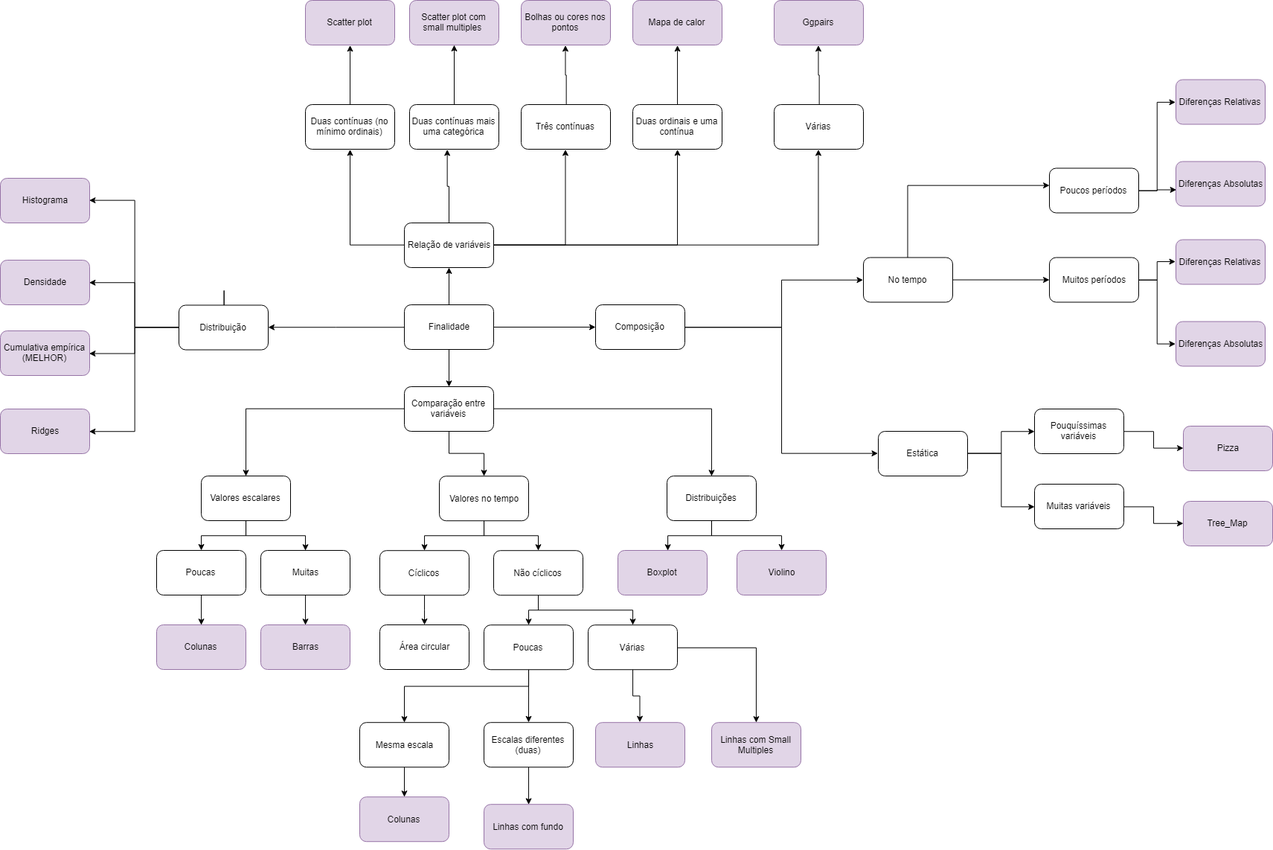
Earlier version of the draw.io export diagramas/graficos.png (crotman/CursoR). Source tidied: cells renumbered, new cells last; positions are measured from the earlier drawing's top-left corner, leaving out a move shared by most shapes.
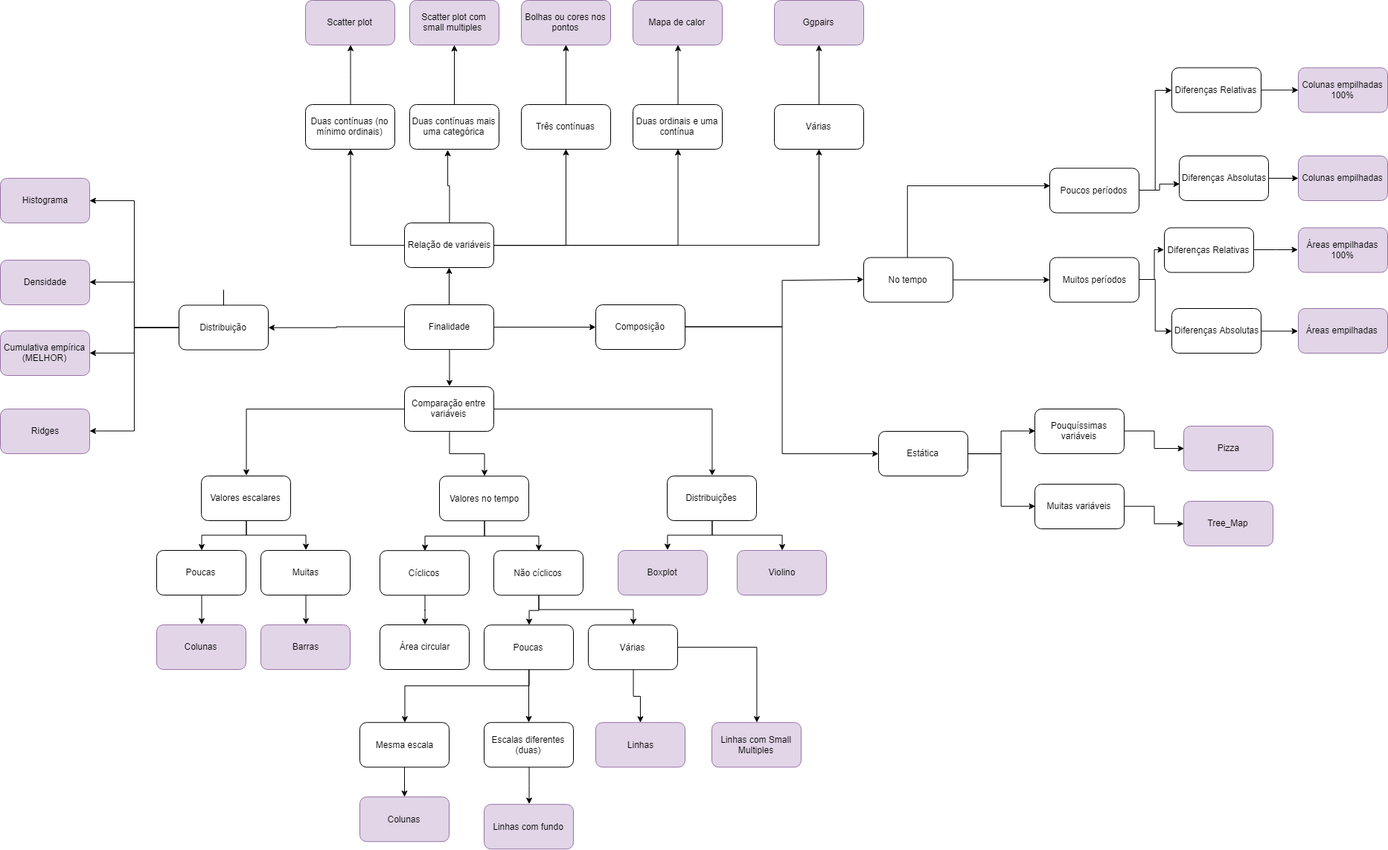
Later version of the same file.

The edit, as a diff of the source:
```diff
@@ -250,17 +250,29 @@
     <mxCell id="76" value="Muitos períodos" style="rounded=1;whiteSpace=wrap;html=1;" parent="1" vertex="1">
       <mxGeometry x="1410" y="345.5" width="120" height="60" as="geometry" />
     </mxCell>
+    <mxCell id="104" style="edgeStyle=orthogonalEdgeStyle;rounded=0;jettySize=auto;html=1;" parent="1" edge="1" source="77" target="108">
+      <mxGeometry relative="1" as="geometry" />
+    </mxCell>
-    <mxCell id="77" value="Diferenças Relativas" style="rounded=1;whiteSpace=wrap;html=1;fillColor=#e1d5e7;strokeColor=#9673a6;" parent="1" vertex="1">
-      <mxGeometry x="1580" y="106.5" width="120" height="60" as="geometry" />
+    <mxCell id="77" value="Diferenças Relativas" style="rounded=1;whiteSpace=wrap;html=1;" parent="1" vertex="1">
+      <mxGeometry x="1590" y="106.5" width="120" height="60" as="geometry" />
     </mxCell>
+    <mxCell id="105" style="edgeStyle=orthogonalEdgeStyle;rounded=0;jettySize=auto;html=1;" parent="1" edge="1" source="78" target="109">
+      <mxGeometry relative="1" as="geometry" />
+    </mxCell>
-    <mxCell id="78" value="Diferenças Absolutas" style="rounded=1;whiteSpace=wrap;html=1;fillColor=#e1d5e7;strokeColor=#9673a6;" parent="1" vertex="1">
-      <mxGeometry x="1580" y="216.5" width="120" height="60" as="geometry" />
+    <mxCell id="78" value="Diferenças Absolutas" style="rounded=1;whiteSpace=wrap;html=1;" parent="1" vertex="1">
+      <mxGeometry x="1600" y="225" width="120" height="60" as="geometry" />
     </mxCell>
+    <mxCell id="106" style="edgeStyle=orthogonalEdgeStyle;rounded=0;jettySize=auto;html=1;entryX=0;entryY=0.5;entryDx=0;entryDy=0;" parent="1" edge="1" source="79" target="110">
+      <mxGeometry relative="1" as="geometry" />
+    </mxCell>
-    <mxCell id="79" value="Diferenças Relativas" style="rounded=1;whiteSpace=wrap;html=1;fillColor=#e1d5e7;strokeColor=#9673a6;" parent="1" vertex="1">
+    <mxCell id="79" value="Diferenças Relativas" style="rounded=1;whiteSpace=wrap;html=1;" parent="1" vertex="1">
       <mxGeometry x="1580" y="321.5" width="120" height="60" as="geometry" />
     </mxCell>
+    <mxCell id="107" style="edgeStyle=orthogonalEdgeStyle;rounded=0;jettySize=auto;html=1;entryX=0;entryY=0.5;entryDx=0;entryDy=0;" parent="1" edge="1" source="80" target="111">
+      <mxGeometry relative="1" as="geometry" />
+    </mxCell>
-    <mxCell id="80" value="Diferenças Absolutas" style="rounded=1;whiteSpace=wrap;html=1;fillColor=#e1d5e7;strokeColor=#9673a6;" parent="1" vertex="1">
-      <mxGeometry x="1580" y="431.5" width="120" height="60" as="geometry" />
+    <mxCell id="80" value="Diferenças Absolutas" style="rounded=1;whiteSpace=wrap;html=1;" parent="1" vertex="1">
+      <mxGeometry x="1590" y="430" width="120" height="60" as="geometry" />
     </mxCell>
     <mxCell id="81" style="edgeStyle=orthogonalEdgeStyle;rounded=0;jettySize=auto;html=1;entryX=0;entryY=0.5;entryDx=0;entryDy=0;" parent="1" edge="1" source="82" target="97">
       <mxGeometry relative="1" as="geometry" />
@@ -331,5 +343,17 @@
     <mxCell id="103" value="Ridges" style="rounded=1;whiteSpace=wrap;html=1;fillColor=#e1d5e7;strokeColor=#9673a6;" parent="1" vertex="1">
       <mxGeometry y="549" width="120" height="60" as="geometry" />
     </mxCell>
+    <mxCell id="108" value="Colunas empilhadas 100%" style="rounded=1;whiteSpace=wrap;html=1;fillColor=#e1d5e7;strokeColor=#9673a6;" parent="1" vertex="1">
+      <mxGeometry x="1760" y="106.5" width="120" height="60" as="geometry" />
+    </mxCell>
+    <mxCell id="109" value="Colunas empilhadas" style="rounded=1;whiteSpace=wrap;html=1;fillColor=#e1d5e7;strokeColor=#9673a6;" parent="1" vertex="1">
+      <mxGeometry x="1760" y="225" width="120" height="60" as="geometry" />
+    </mxCell>
+    <mxCell id="110" value="Áreas empilhadas 100%" style="rounded=1;whiteSpace=wrap;html=1;fillColor=#e1d5e7;strokeColor=#9673a6;" parent="1" vertex="1">
+      <mxGeometry x="1760" y="321.5" width="120" height="60" as="geometry" />
+    </mxCell>
+    <mxCell id="111" value="Áreas empilhadas&amp;nbsp;" style="rounded=1;whiteSpace=wrap;html=1;fillColor=#e1d5e7;strokeColor=#9673a6;" parent="1" vertex="1">
+      <mxGeometry x="1760" y="430" width="120" height="60" as="geometry" />
+    </mxCell>
   </root>
 </mxGraphModel>
```
